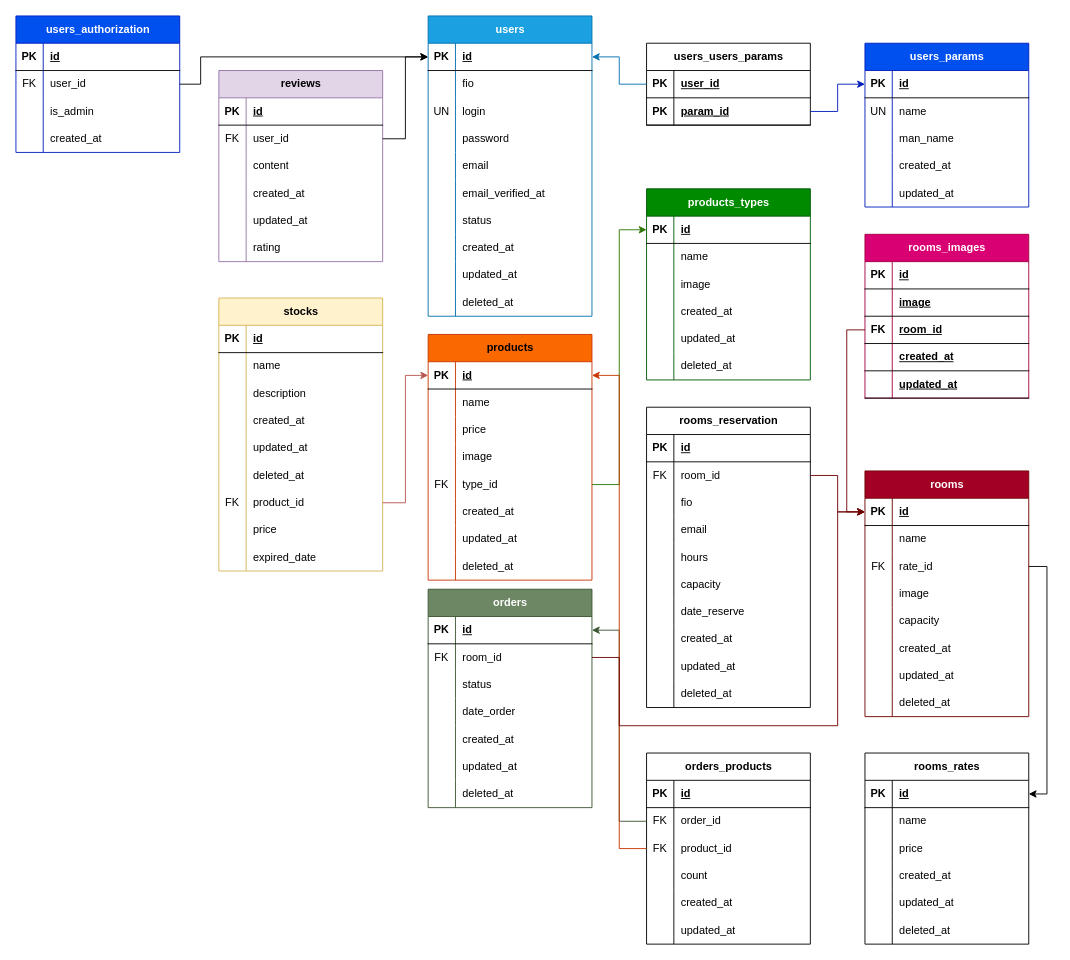
This is page "Логическая" (2 of 3) of public/documents/time_cafe.drawio from MrCrross/timecafe, a draw.io file, before an edit. Source tidied: cells renumbered, new cells numbered last; positions are measured from the earlier drawing's top-left corner, leaving out a move shared by most shapes. Both pictures are drawn from the tidied source at 91%, with x=0, y=0 at pixel (15, 15).
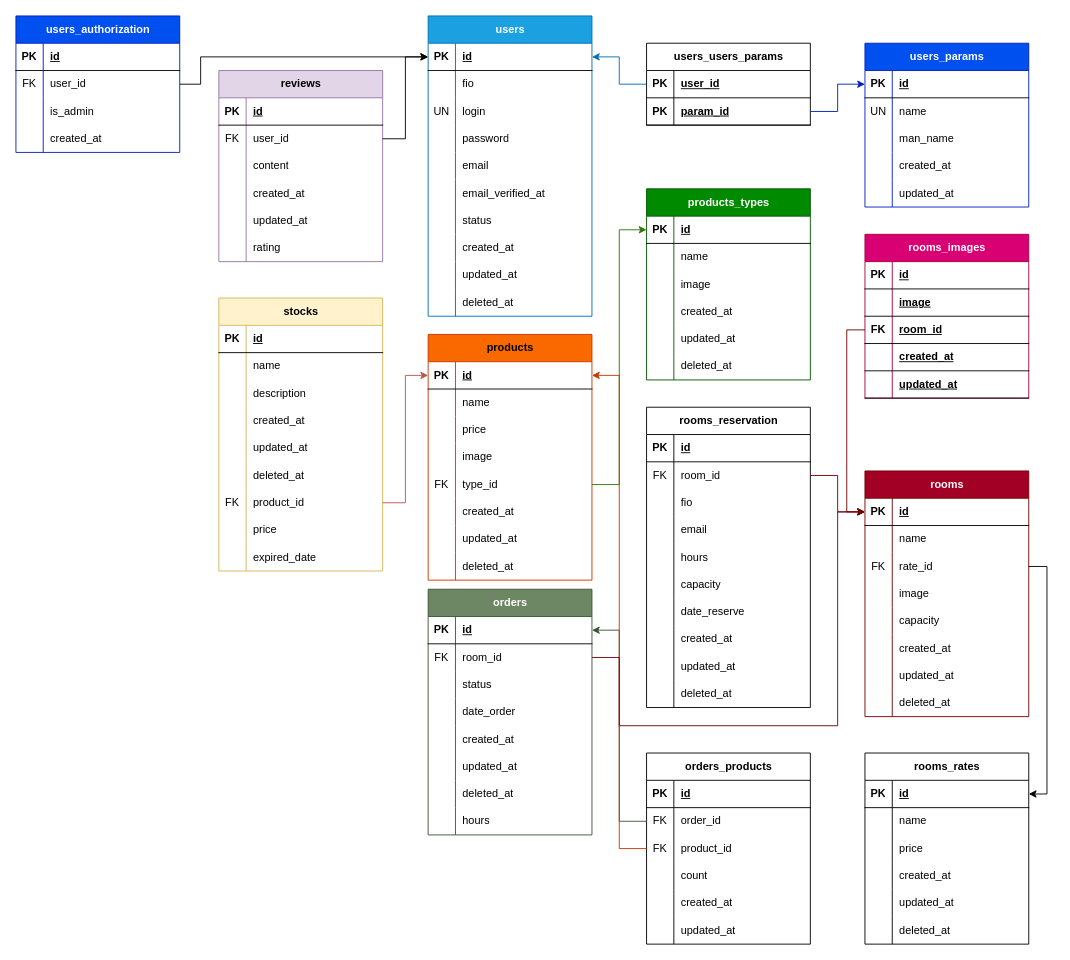
The same diagram, later.

Change to the diagram source:
```diff
@@
     <mxCell id="100" value="orders" style="shape=table;startSize=30;childLayout=tableLayout;rowLines=0;fontStyle=1;align=center;html=1;fillColor=#6d8764;fontColor=#ffffff;strokeColor=#3A5431;" parent="1" vertex="1">
-      <mxGeometry x="453" y="630" width="180" height="240" as="geometry" />
+      <mxGeometry x="453" y="630" width="180" height="270" as="geometry" />
     </mxCell>
@@
+    <mxCell id="304" style="shape=tableRow;horizontal=0;startSize=0;swimlaneHead=0;swimlaneBody=0;fillColor=none;top=0;left=0;right=0;bottom=0;" parent="100" vertex="1">
+      <mxGeometry y="240" width="180" height="30" as="geometry" />
+    </mxCell>
+    <mxCell id="305" style="shape=partialRectangle;fillColor=none;top=0;left=0;bottom=0;right=0;overflow=hidden;whiteSpace=wrap;html=1;" parent="304" vertex="1">
+      <mxGeometry width="30" height="30" as="geometry" />
+    </mxCell>
+    <mxCell id="306" value="hours" style="shape=partialRectangle;fillColor=none;top=0;left=0;bottom=0;right=0;align=left;spacingLeft=6;overflow=hidden;whiteSpace=wrap;html=1;" parent="304" vertex="1">
+      <mxGeometry x="30" width="150" height="30" as="geometry" />
+    </mxCell>
```
